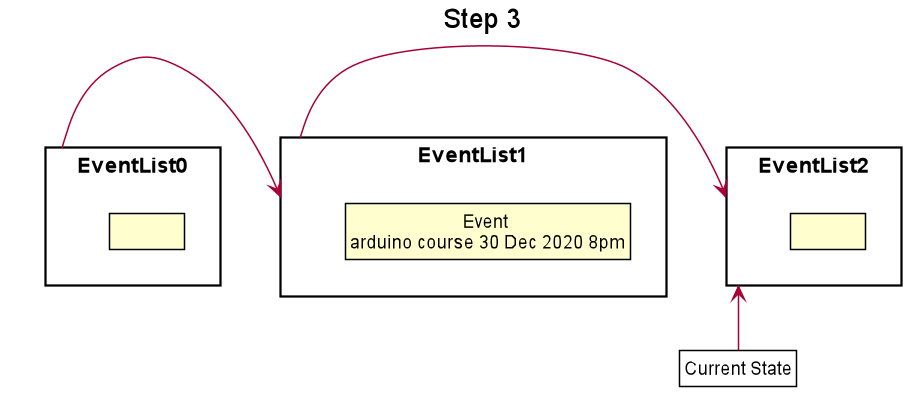
Before: docs/EventDiagram/EventSteps/Step3.png, a diagram exported from PlantUML (nus-cs2113-AY2021S1/tp). The source it was exported from:
```plantuml
@startuml





skinparam BackgroundColor #FFFFFFF

skinparam Shadowing false

skinparam Class {
    FontColor #FFFFFF
    BorderThickness 1
    BorderColor #FFFFFF
    StereotypeFontColor #FFFFFF
    FontName Arial
}

skinparam Actor {
    BorderColor #000000
    Color #000000
    FontName Arial
}

skinparam Sequence {
    MessageAlign center
    BoxFontSize 15
    BoxPadding 0
    BoxFontColor #FFFFFF
    FontName Arial
}

skinparam Participant {
    FontColor #FFFFFFF
    Padding 20
}

skinparam MinClassWidth 50
skinparam ParticipantPadding 10
skinparam Shadowing false
skinparam DefaultTextAlignment center
skinparam packageStyle Rectangle

hide footbox
hide members
hide circle
skinparam ClassFontColor #000000
skinparam ClassBorderColor #000000

title Step 3

package EventList0 {
    class State1 as " "
}
package EventList1 {
    class State2 as "Event \narduino course 30 Dec 2020 8pm"
}

package EventList2 {
    class State3 as " "
}

EventList0 -left->EventList1
EventList1 -left->EventList2


class Pointer as "Current State" #FFFFF
Pointer -up-> EventList2


@endum
```
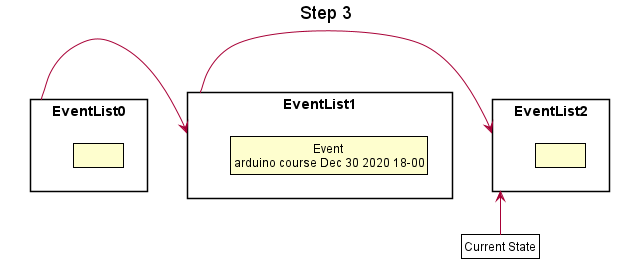
After the commit.

Change to the diagram source:
```diff
@@ -53,8 +53,9 @@
     class State1 as " "
 }
 package EventList1 {
-    class State2 as "Event \narduino course 30 Dec 2020 8pm"
+    class State2 as "Event \narduino course Dec 30 2020 18-00"
 }
+
 
 package EventList2 {
     class State3 as " "
```
